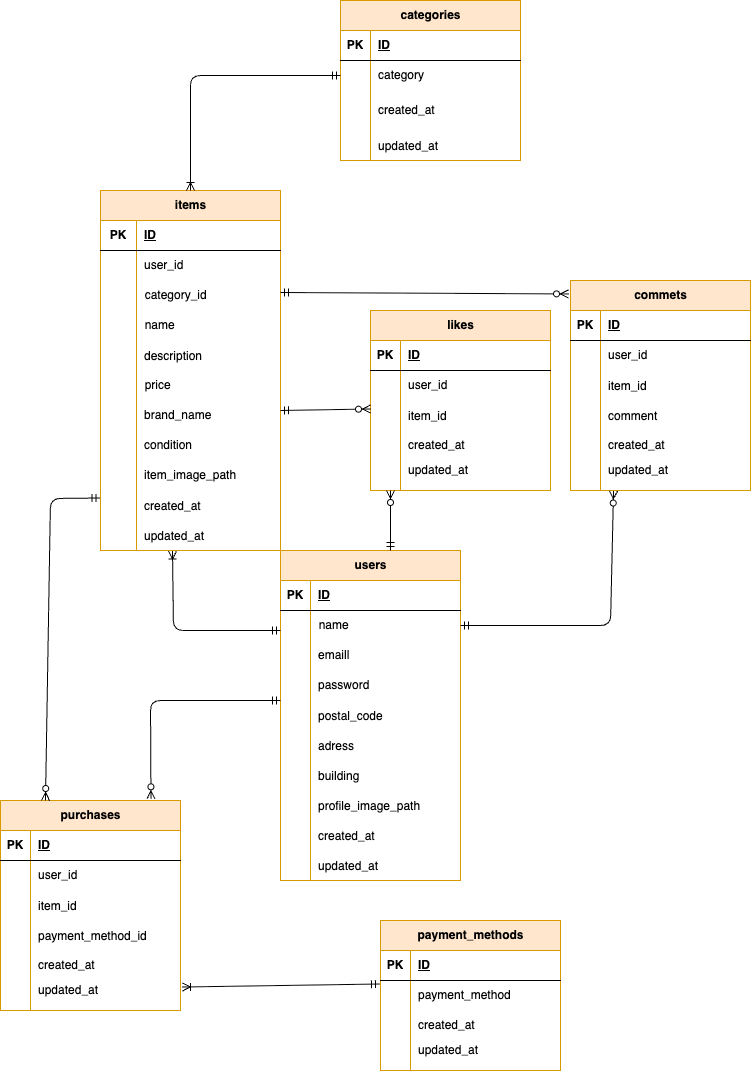
This is ER.drawio.png from kuri6-kara/miyazakiharuka-mockcase1-, a draw.io export, as it was before one commit. Source tidied: cells renumbered, new cells last; positions are measured from the earlier drawing's top-left corner, leaving out a move shared by most shapes.
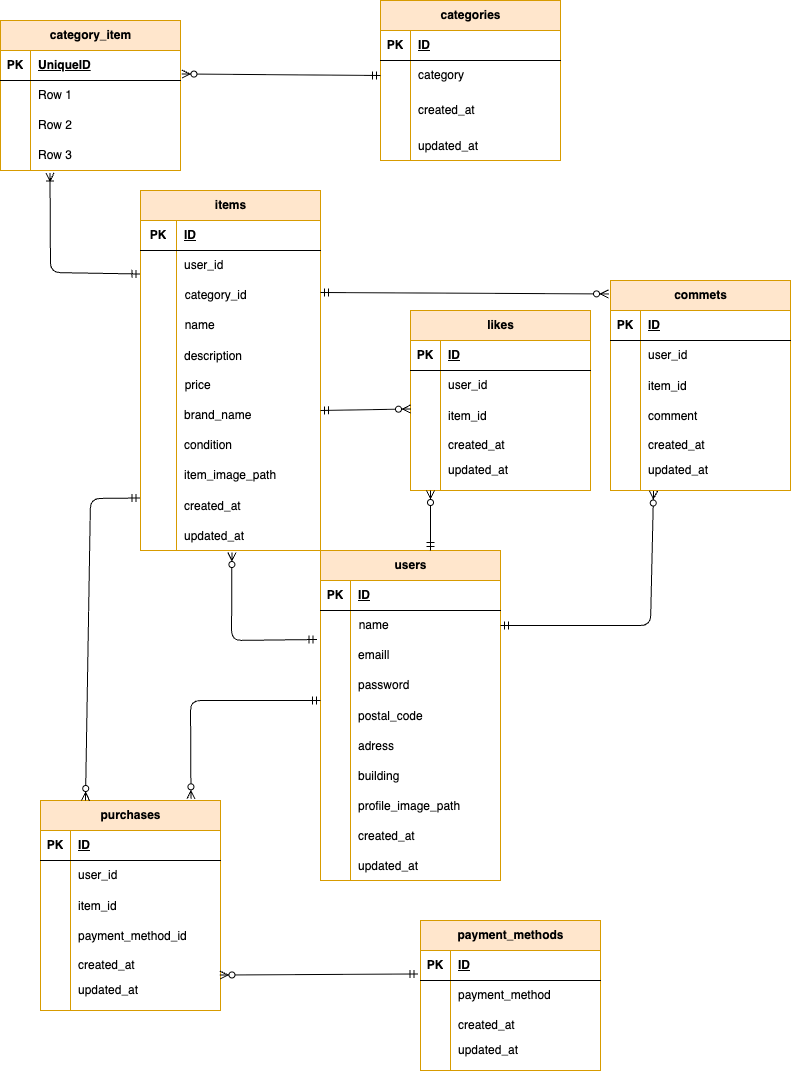
Later version of the same file.

The edit, as a diff of the source:
```diff
@@ -236,14 +236,6 @@
     <mxCell id="79" value="updated_at" style="shape=partialRectangle;fillColor=none;top=0;left=0;bottom=0;right=0;align=left;spacingLeft=6;overflow=hidden;" parent="77" vertex="1">
       <mxGeometry x="30" width="150" height="30" as="geometry" />
     </mxCell>
-    <mxCell id="80" style="fontSize=12;html=1;endArrow=ERoneToMany;startArrow=ERmandOne;entryX=0.4;entryY=1.017;entryDx=0;entryDy=0;entryPerimeter=0;" parent="1" edge="1" target="64">
-      <mxGeometry relative="1" as="geometry">
-        <mxPoint x="280" y="630" as="sourcePoint" />
-        <Array as="points">
-          <mxPoint x="173" y="630" />
-        </Array>
-      </mxGeometry>
-    </mxCell>
     <mxCell id="81" style="shape=tableRow;horizontal=0;startSize=0;swimlaneHead=0;swimlaneBody=0;fillColor=none;top=0;left=0;right=0;bottom=0;" parent="1" vertex="1">
       <mxGeometry x="280" y="760" width="180" height="30" as="geometry" />
     </mxCell>
@@ -412,13 +404,6 @@
     <mxCell id="136" value="updated_at&lt;table&gt;&lt;tbody&gt;&lt;tr&gt;&lt;td&gt;&lt;br&gt;&lt;/td&gt;&lt;/tr&gt;&lt;/tbody&gt;&lt;/table&gt;" style="shape=partialRectangle;fillColor=none;top=0;left=0;bottom=0;right=0;align=left;spacingLeft=6;overflow=hidden;whiteSpace=wrap;html=1;" parent="134" vertex="1">
       <mxGeometry x="30" width="150" height="30" as="geometry" />
     </mxCell>
-    <mxCell id="137" style="fontSize=12;html=1;endArrow=ERoneToMany;startArrow=ERmandOne;exitX=0;exitY=0.5;exitDx=0;exitDy=0;entryX=0.5;entryY=0;entryDx=0;entryDy=0;" parent="1" edge="1" source="71" target="33">
-      <mxGeometry relative="1" as="geometry">
-        <Array as="points">
-          <mxPoint x="190" y="75" />
-        </Array>
-      </mxGeometry>
-    </mxCell>
     <mxCell id="138" style="fontSize=12;html=1;endArrow=ERzeroToMany;startArrow=ERmandOne;" parent="1" edge="1">
       <mxGeometry relative="1" as="geometry">
         <mxPoint x="390" y="550" as="sourcePoint" />
@@ -495,8 +480,64 @@
     <mxCell id="156" value="updated_at&lt;table&gt;&lt;tbody&gt;&lt;tr&gt;&lt;td&gt;&lt;br&gt;&lt;/td&gt;&lt;/tr&gt;&lt;/tbody&gt;&lt;/table&gt;" style="shape=partialRectangle;fillColor=none;top=0;left=0;bottom=0;right=0;align=left;spacingLeft=6;overflow=hidden;whiteSpace=wrap;html=1;" parent="154" vertex="1">
       <mxGeometry x="30" width="150" height="30" as="geometry" />
     </mxCell>
-    <mxCell id="157" style="fontSize=12;html=1;endArrow=ERoneToMany;startArrow=ERmandOne;entryX=1.011;entryY=0.217;entryDx=0;entryDy=0;entryPerimeter=0;exitX=-0.006;exitY=0.117;exitDx=0;exitDy=0;exitPerimeter=0;" parent="1" edge="1" source="148" target="99">
-      <mxGeometry relative="1" as="geometry" />
-    </mxCell>
+    <mxCell id="158" style="fontSize=12;html=1;endArrow=ERzeroToMany;startArrow=ERmandOne;entryX=0.508;entryY=1.067;entryDx=0;entryDy=0;entryPerimeter=0;exitX=-0.019;exitY=-0.033;exitDx=0;exitDy=0;exitPerimeter=0;" parent="1" edge="1" source="9" target="64">
+      <mxGeometry relative="1" as="geometry">
+        <Array as="points">
+          <mxPoint x="191" y="640" />
+        </Array>
+      </mxGeometry>
+    </mxCell>
+    <mxCell id="159" style="fontSize=12;html=1;endArrow=ERzeroToMany;startArrow=ERmandOne;exitX=-0.014;exitY=0.783;exitDx=0;exitDy=0;exitPerimeter=0;entryX=0.997;entryY=0.817;entryDx=0;entryDy=0;entryPerimeter=0;" parent="1" edge="1" source="145" target="96">
+      <mxGeometry relative="1" as="geometry" />
+    </mxCell>
+    <mxCell id="160" value="category_item" style="shape=table;startSize=30;rowLines=0;fontStyle=1;align=center;html=1;fillColor=#ffe6cc;strokeColor=#d79b00;" parent="1" vertex="1">
+      <mxGeometry x="-40" y="20" width="180" height="150" as="geometry" />
+    </mxCell>
+    <mxCell id="161" style="shape=tableRow;horizontal=0;startSize=0;swimlaneHead=0;swimlaneBody=0;fillColor=none;points=[[0,0.5],[1,0.5]];portConstraint=eastwest;top=0;left=0;right=0;bottom=1;" parent="160" vertex="1">
+      <mxGeometry y="30" width="180" height="30" as="geometry" />
+    </mxCell>
+    <mxCell id="162" value="PK" style="shape=partialRectangle;fillColor=none;top=0;left=0;bottom=0;right=0;fontStyle=1;overflow=hidden;whiteSpace=wrap;html=1;" parent="161" vertex="1">
+      <mxGeometry width="30" height="30" as="geometry" />
+    </mxCell>
+    <mxCell id="163" value="UniqueID" style="shape=partialRectangle;fillColor=none;top=0;left=0;bottom=0;right=0;align=left;spacingLeft=6;fontStyle=5;overflow=hidden;whiteSpace=wrap;html=1;" parent="161" vertex="1">
+      <mxGeometry x="30" width="150" height="30" as="geometry" />
+    </mxCell>
+    <mxCell id="164" style="shape=tableRow;horizontal=0;startSize=0;swimlaneHead=0;swimlaneBody=0;fillColor=none;top=0;left=0;right=0;bottom=0;" parent="160" vertex="1">
+      <mxGeometry y="60" width="180" height="30" as="geometry" />
+    </mxCell>
+    <mxCell id="165" style="shape=partialRectangle;fillColor=none;top=0;left=0;bottom=0;right=0;overflow=hidden;whiteSpace=wrap;html=1;" parent="164" vertex="1">
+      <mxGeometry width="30" height="30" as="geometry" />
+    </mxCell>
+    <mxCell id="166" value="Row 1" style="shape=partialRectangle;fillColor=none;top=0;left=0;bottom=0;right=0;align=left;spacingLeft=6;overflow=hidden;whiteSpace=wrap;html=1;" parent="164" vertex="1">
+      <mxGeometry x="30" width="150" height="30" as="geometry" />
+    </mxCell>
+    <mxCell id="167" style="shape=tableRow;horizontal=0;startSize=0;swimlaneHead=0;swimlaneBody=0;fillColor=none;top=0;left=0;right=0;bottom=0;" parent="160" vertex="1">
+      <mxGeometry y="90" width="180" height="30" as="geometry" />
+    </mxCell>
+    <mxCell id="168" style="shape=partialRectangle;fillColor=none;top=0;left=0;bottom=0;right=0;overflow=hidden;whiteSpace=wrap;html=1;" parent="167" vertex="1">
+      <mxGeometry width="30" height="30" as="geometry" />
+    </mxCell>
+    <mxCell id="169" value="Row 2" style="shape=partialRectangle;fillColor=none;top=0;left=0;bottom=0;right=0;align=left;spacingLeft=6;overflow=hidden;whiteSpace=wrap;html=1;" parent="167" vertex="1">
+      <mxGeometry x="30" width="150" height="30" as="geometry" />
+    </mxCell>
+    <mxCell id="170" style="shape=tableRow;horizontal=0;startSize=0;swimlaneHead=0;swimlaneBody=0;fillColor=none;points=[[0,0.5],[1,0.5]];portConstraint=eastwest;top=0;left=0;right=0;bottom=0;" parent="160" vertex="1">
+      <mxGeometry y="120" width="180" height="30" as="geometry" />
+    </mxCell>
+    <mxCell id="171" style="shape=partialRectangle;fillColor=none;top=0;left=0;bottom=0;right=0;overflow=hidden;whiteSpace=wrap;html=1;" parent="170" vertex="1">
+      <mxGeometry width="30" height="30" as="geometry" />
+    </mxCell>
+    <mxCell id="172" value="Row 3" style="shape=partialRectangle;fillColor=none;top=0;left=0;bottom=0;right=0;align=left;spacingLeft=6;overflow=hidden;whiteSpace=wrap;html=1;" parent="170" vertex="1">
+      <mxGeometry x="30" width="150" height="30" as="geometry" />
+    </mxCell>
+    <mxCell id="173" style="fontSize=12;html=1;endArrow=ERoneToMany;startArrow=ERmandOne;entryX=0.275;entryY=1.083;entryDx=0;entryDy=0;entryPerimeter=0;exitX=-0.003;exitY=0.783;exitDx=0;exitDy=0;exitPerimeter=0;" parent="1" edge="1" source="37" target="170">
+      <mxGeometry relative="1" as="geometry">
+        <Array as="points">
+          <mxPoint x="10" y="272" />
+        </Array>
+      </mxGeometry>
+    </mxCell>
+    <mxCell id="174" style="fontSize=12;html=1;endArrow=ERzeroToMany;startArrow=ERmandOne;exitX=0;exitY=0.5;exitDx=0;exitDy=0;entryX=1.008;entryY=0.783;entryDx=0;entryDy=0;entryPerimeter=0;" parent="1" edge="1" source="71" target="161">
+      <mxGeometry relative="1" as="geometry" />
+    </mxCell>
   </root>
 </mxGraphModel>
```
